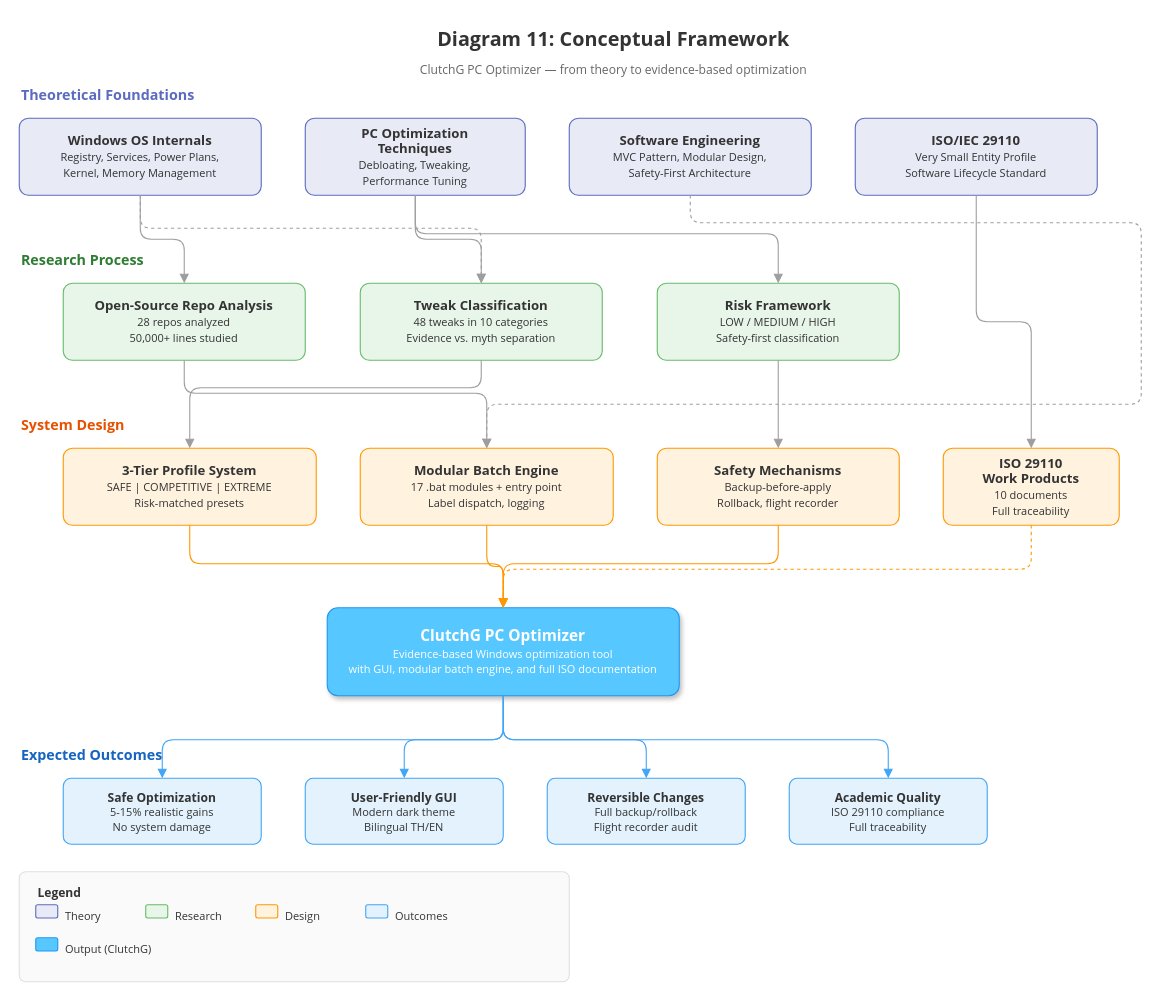
This is docs/diagrams/11-conceptual-framework.drawio from neckttiie090520/clutchg-pc-optimizer, a draw.io file, before an edit. Source tidied: cells renumbered, new cells numbered last; positions are measured from the earlier drawing's top-left corner, leaving out a move shared by most shapes. Both pictures are drawn from the tidied source at 110%, with x=0, y=0 at pixel (19, 19).
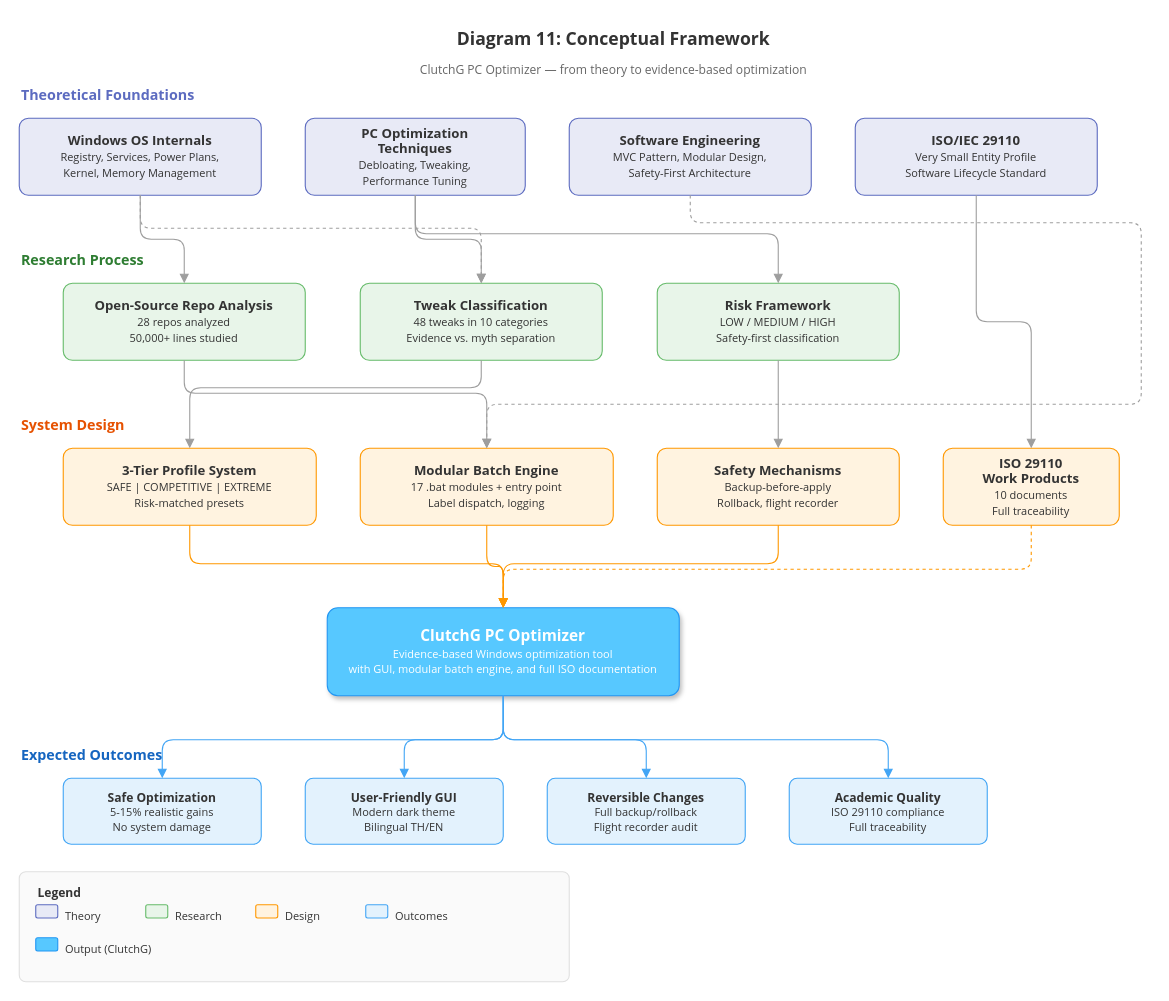
The same page after the edit.

What changed in the source:
```diff
@@
-    <mxCell id="2" value="Diagram 11: Conceptual Framework" style="text;html=1;fontSize=18;fontStyle=1;fontFamily=Segoe UI;align=center;verticalAlign=middle;fillColor=none;strokeColor=none;fontColor=#333333;" parent="1" vertex="1">
+    <mxCell id="2" value="Diagram 11: Conceptual Framework" style="text;html=1;fontSize=16;fontStyle=1;fontFamily=Segoe UI;align=center;verticalAlign=middle;fillColor=none;strokeColor=none;fontColor=#333333;" parent="1" vertex="1">
       <mxGeometry x="190" width="700" height="35" as="geometry" />
     </mxCell>
```
